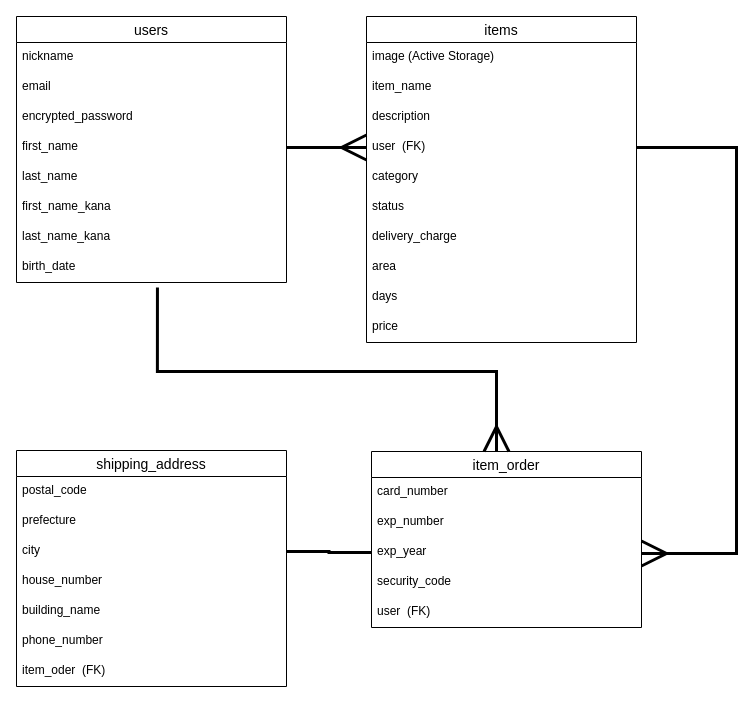
The draw.io diagram furima-31174.dio in ttaroo1217/furima-31174, before the edit. Source tidied: cells renumbered, new cells numbered last; positions are measured from the earlier drawing's top-left corner, leaving out a move shared by most shapes. Both pictures are drawn from the tidied source at 100%, with x=0, y=0 at pixel (16, 16).
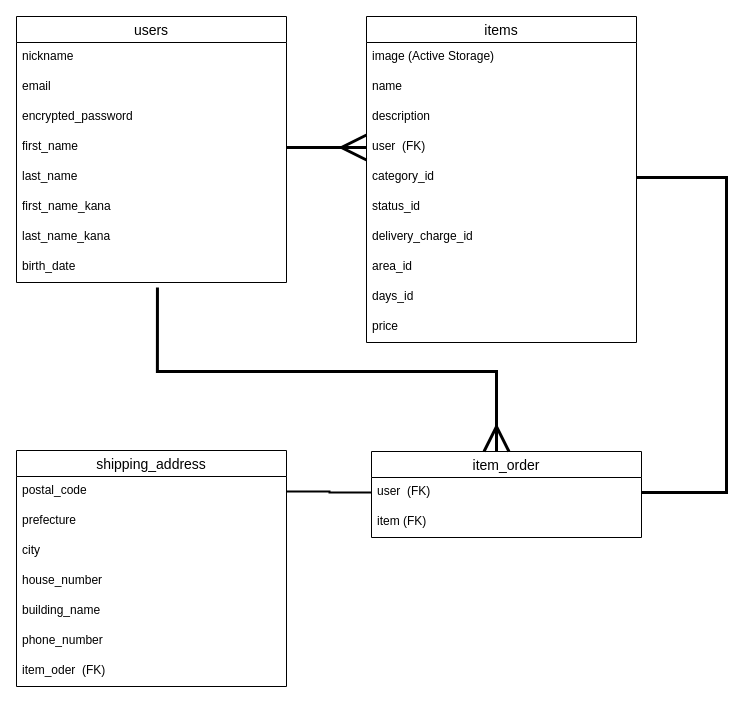
After the change.

Commit message (it also covers changes not shown here):
データベース設計_修正2

The change refers to these unchanged cells:
```xml
<mxCell id="12" value="items" style="swimlane;fontStyle=0;horizontal=1;startSize=26;align=center;fontSize=14;" parent="1" vertex="1">
  <mxGeometry x="350" width="270" height="326" as="geometry" />
</mxCell>
<mxCell id="16" value="user  (FK)" style="text;strokeColor=none;fillColor=none;spacingLeft=4;spacingRight=4;overflow=hidden;points=[[0,0.5],[1,0.5]];portConstraint=eastwest;fontSize=12;" parent="12" vertex="1">
  <mxGeometry y="116" width="270" height="30" as="geometry" />
</mxCell>
<mxCell id="32" value="postal_code" style="text;strokeColor=none;fillColor=none;spacingLeft=4;spacingRight=4;overflow=hidden;points=[[0,0.5],[1,0.5]];portConstraint=eastwest;fontSize=12;" parent="31" vertex="1">
  <mxGeometry y="26" width="270" height="30" as="geometry" />
</mxCell>
<mxCell id="34" value="city" style="text;strokeColor=none;fillColor=none;spacingLeft=4;spacingRight=4;overflow=hidden;points=[[0,0.5],[1,0.5]];portConstraint=eastwest;fontSize=12;" parent="31" vertex="1">
  <mxGeometry y="86" width="270" height="30" as="geometry" />
</mxCell>
```

The edit, as a diff of the source:
```diff
@@
-    <mxCell id="14" value="item_name" style="text;strokeColor=none;fillColor=none;spacingLeft=4;spacingRight=4;overflow=hidden;fontSize=12;" parent="12" vertex="1">
+    <mxCell id="14" value="name" style="text;strokeColor=none;fillColor=none;spacingLeft=4;spacingRight=4;overflow=hidden;fontSize=12;" parent="12" vertex="1">
       <mxGeometry y="56" width="270" height="30" as="geometry" />
     </mxCell>
@@
-    <mxCell id="17" value="category" style="text;strokeColor=none;fillColor=none;spacingLeft=4;spacingRight=4;overflow=hidden;points=[[0,0.5],[1,0.5]];portConstraint=eastwest;fontSize=12;" parent="12" vertex="1">
+    <mxCell id="17" value="category_id" style="text;strokeColor=none;fillColor=none;spacingLeft=4;spacingRight=4;overflow=hidden;points=[[0,0.5],[1,0.5]];portConstraint=eastwest;fontSize=12;" parent="12" vertex="1">
       <mxGeometry y="146" width="270" height="30" as="geometry" />
     </mxCell>
-    <mxCell id="18" value="status" style="text;strokeColor=none;fillColor=none;spacingLeft=4;spacingRight=4;overflow=hidden;fontSize=12;" parent="12" vertex="1">
+    <mxCell id="18" value="status_id" style="text;strokeColor=none;fillColor=none;spacingLeft=4;spacingRight=4;overflow=hidden;fontSize=12;" parent="12" vertex="1">
       <mxGeometry y="176" width="270" height="30" as="geometry" />
     </mxCell>
-    <mxCell id="19" value="delivery_charge" style="text;strokeColor=none;fillColor=none;spacingLeft=4;spacingRight=4;overflow=hidden;fontSize=12;" parent="12" vertex="1">
+    <mxCell id="19" value="delivery_charge_id" style="text;strokeColor=none;fillColor=none;spacingLeft=4;spacingRight=4;overflow=hidden;fontSize=12;" parent="12" vertex="1">
       <mxGeometry y="206" width="270" height="30" as="geometry" />
     </mxCell>
-    <mxCell id="20" value="area" style="text;strokeColor=none;fillColor=none;spacingLeft=4;spacingRight=4;overflow=hidden;fontSize=12;" parent="12" vertex="1">
+    <mxCell id="20" value="area_id" style="text;strokeColor=none;fillColor=none;spacingLeft=4;spacingRight=4;overflow=hidden;fontSize=12;" parent="12" vertex="1">
       <mxGeometry y="236" width="270" height="30" as="geometry" />
     </mxCell>
-    <mxCell id="21" value="days" style="text;strokeColor=none;fillColor=none;spacingLeft=4;spacingRight=4;overflow=hidden;fontSize=12;" parent="12" vertex="1">
+    <mxCell id="21" value="days_id" style="text;strokeColor=none;fillColor=none;spacingLeft=4;spacingRight=4;overflow=hidden;fontSize=12;" parent="12" vertex="1">
       <mxGeometry y="266" width="270" height="30" as="geometry" />
     </mxCell>
@@
-    <mxCell id="23" style="edgeStyle=orthogonalEdgeStyle;rounded=0;jettySize=auto;html=1;endArrow=ERmany;endFill=0;endSize=21;strokeWidth=3;" parent="1" edge="1" source="16">
-      <mxGeometry relative="1" as="geometry">
-        <mxPoint x="625" y="537" as="targetPoint" />
-        <Array as="points">
-          <mxPoint x="720" y="131" />
-          <mxPoint x="720" y="537" />
-        </Array>
-      </mxGeometry>
-    </mxCell>
     <mxCell id="24" value="item_order" style="swimlane;fontStyle=0;horizontal=1;startSize=26;align=center;fontSize=14;" parent="1" vertex="1">
-      <mxGeometry x="355" y="435" width="270" height="176" as="geometry" />
+      <mxGeometry x="355" y="435" width="270" height="86" as="geometry" />
     </mxCell>
-    <mxCell id="25" value="card_number" style="text;strokeColor=none;fillColor=none;spacingLeft=4;spacingRight=4;overflow=hidden;fontSize=12;" parent="24" vertex="1">
-      <mxGeometry y="26" width="270" height="30" as="geometry" />
-    </mxCell>
-    <mxCell id="26" value="exp_number" style="text;strokeColor=none;fillColor=none;spacingLeft=4;spacingRight=4;overflow=hidden;fontSize=12;" parent="24" vertex="1">
-      <mxGeometry y="56" width="270" height="30" as="geometry" />
-    </mxCell>
-    <mxCell id="27" value="exp_year" style="text;strokeColor=none;fillColor=none;spacingLeft=4;spacingRight=4;overflow=hidden;points=[[0,0.5],[1,0.5]];portConstraint=eastwest;fontSize=12;" parent="24" vertex="1">
-      <mxGeometry y="86" width="270" height="30" as="geometry" />
-    </mxCell>
-    <mxCell id="28" value="security_code" style="text;strokeColor=none;fillColor=none;spacingLeft=4;spacingRight=4;overflow=hidden;fontSize=12;" parent="24" vertex="1">
-      <mxGeometry y="116" width="270" height="30" as="geometry" />
-    </mxCell>
     <mxCell id="29" value="user  (FK)" style="text;strokeColor=none;fillColor=none;spacingLeft=4;spacingRight=4;overflow=hidden;points=[[0,0.5],[1,0.5]];portConstraint=eastwest;fontSize=12;" parent="24" vertex="1">
-      <mxGeometry y="146" width="270" height="30" as="geometry" />
+      <mxGeometry y="26" width="270" height="30" as="geometry" />
     </mxCell>
+    <mxCell id="40" value="item  (FK)" style="text;strokeColor=none;fillColor=none;spacingLeft=4;spacingRight=4;overflow=hidden;fontSize=12;" parent="24" vertex="1">
+      <mxGeometry y="56" width="270" height="30" as="geometry" />
+    </mxCell>
@@
-    <mxCell id="39" style="edgeStyle=orthogonalEdgeStyle;rounded=0;jettySize=auto;html=1;entryX=0;entryY=0.5;entryDx=0;entryDy=0;endArrow=none;endFill=0;endSize=21;strokeWidth=3;" parent="1" edge="1" source="34" target="27">
-      <mxGeometry relative="1" as="geometry" />
-    </mxCell>
+    <mxCell id="41" style="edgeStyle=orthogonalEdgeStyle;rounded=0;jettySize=auto;html=1;endArrow=none;endFill=0;endSize=21;strokeWidth=3;entryX=1;entryY=0.5;entryDx=0;entryDy=0;" parent="1" edge="1" source="17">
+      <mxGeometry relative="1" as="geometry">
+        <mxPoint x="625" y="476" as="targetPoint" />
+        <Array as="points">
+          <mxPoint x="710" y="161" />
+          <mxPoint x="710" y="476" />
+        </Array>
+      </mxGeometry>
+    </mxCell>
+    <mxCell id="42" style="edgeStyle=orthogonalEdgeStyle;rounded=0;jettySize=auto;html=1;fontStyle=1;endArrow=none;endFill=0;jumpSize=7;endSize=6;targetPerimeterSpacing=0;strokeWidth=2;entryX=0;entryY=0.5;entryDx=0;entryDy=0;" parent="1" edge="1" source="32" target="29">
+      <mxGeometry relative="1" as="geometry">
+        <Array as="points">
+          <mxPoint x="313" y="475" />
+        </Array>
+      </mxGeometry>
+    </mxCell>
```
